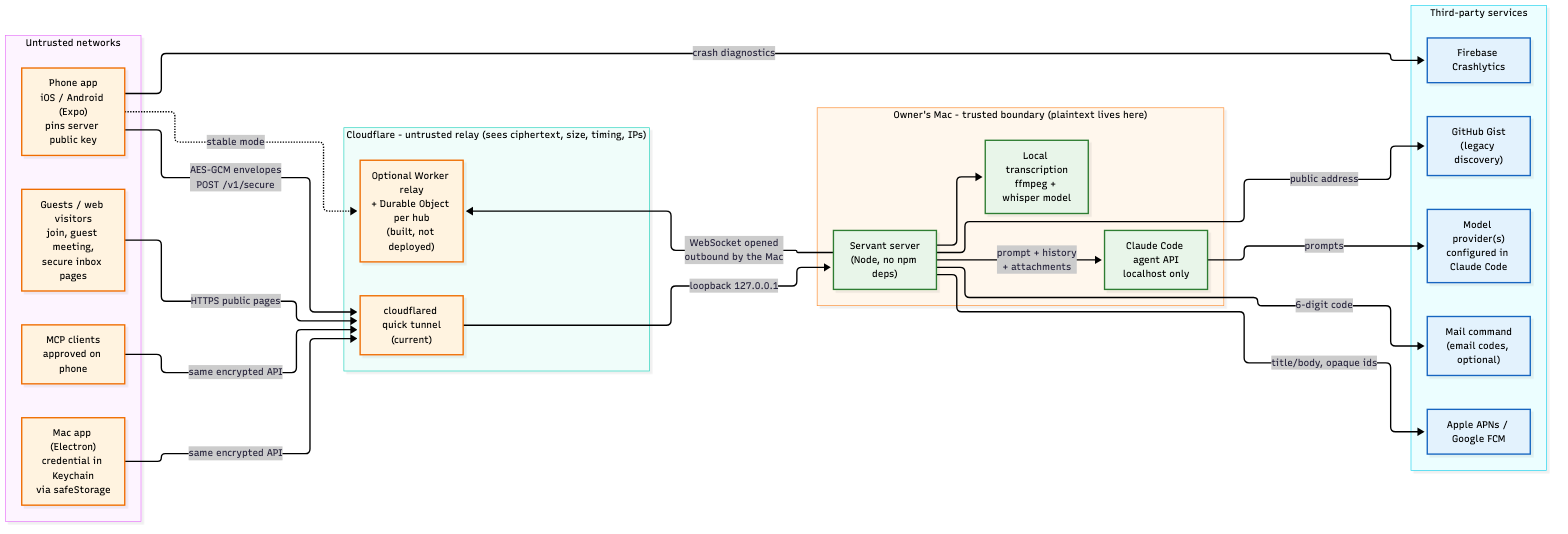
This is docs/security-architecture/01-system-context.png from slavingia/servant, a Mermaid export, as it was before one commit. Its source is kept beside it as docs/security-architecture/01-system-context.mmd.
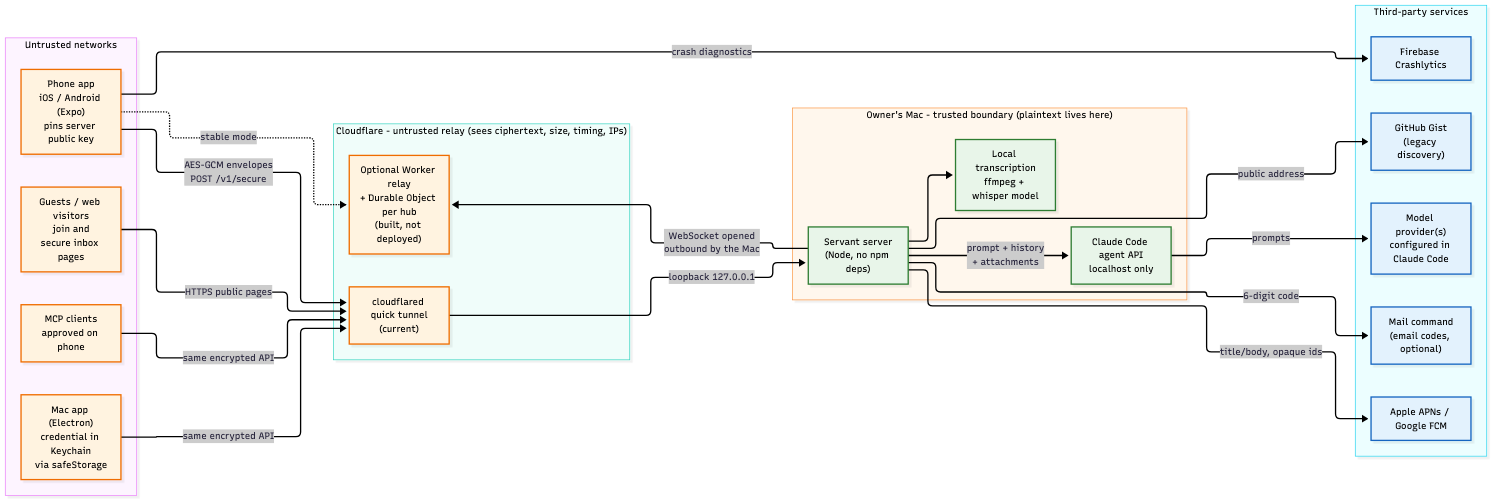
Above is the later version.

The edit, as a diff of the source:
```diff
@@ -3,7 +3,7 @@
     P["Phone app<br/>iOS / Android (Expo)<br/>pins server public key"]
     M["Mac app (Electron)<br/>credential in Keychain<br/>via safeStorage"]
     X["MCP clients<br/>approved on phone"]
-    G["Guests / web visitors<br/>join, guest meeting,<br/>secure inbox pages"]
+    G["Guests / web visitors<br/>join and<br/>secure inbox pages"]
   end
   subgraph CF["Cloudflare - untrusted relay (sees ciphertext, size, timing, IPs)"]
     T["cloudflared quick tunnel<br/>(current)"]
```
